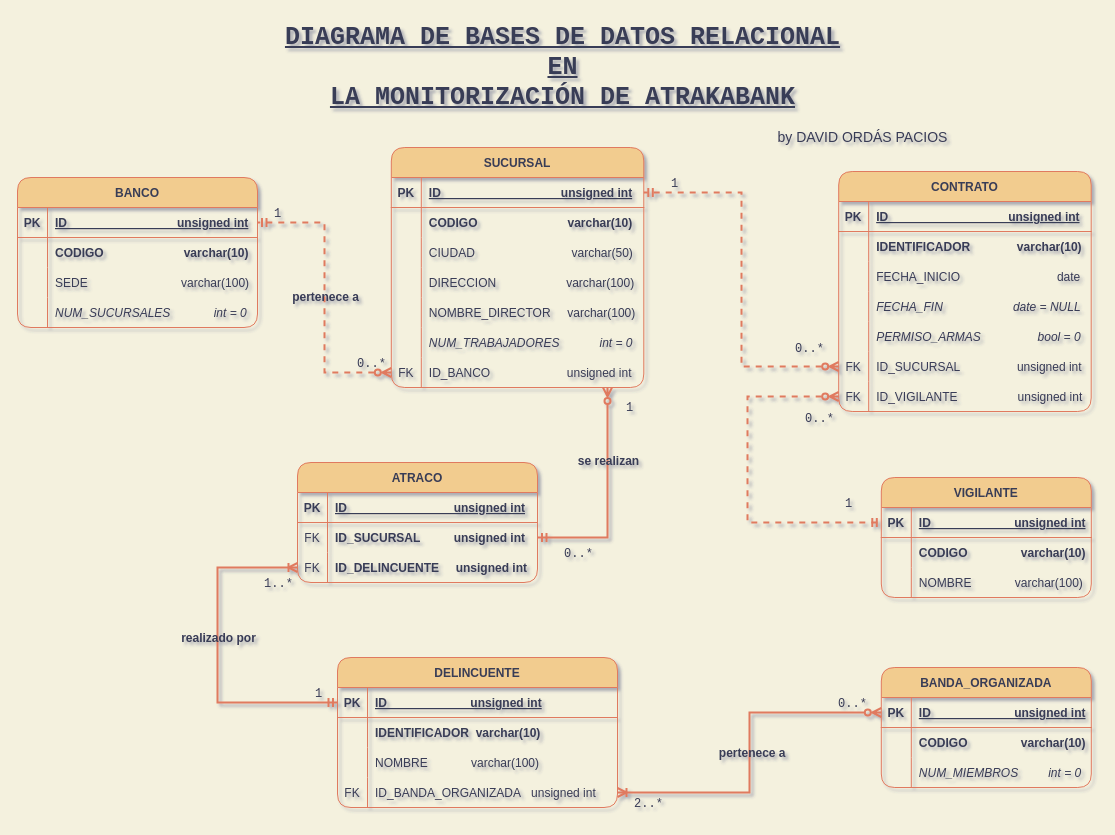
Earlier version of the draw.io diagram page "Diagrama BBDD" (2 of 3) of diagrams/atrakabank.drawio (davorpa/atrakabank-jpa-hibernate-console). Source tidied: cells renumbered, new cells numbered last; positions are measured from the earlier drawing's top-left corner, leaving out a move shared by most shapes. Both pictures are drawn from the tidied source at 100%, with x=0, y=0 at pixel (17, 17).
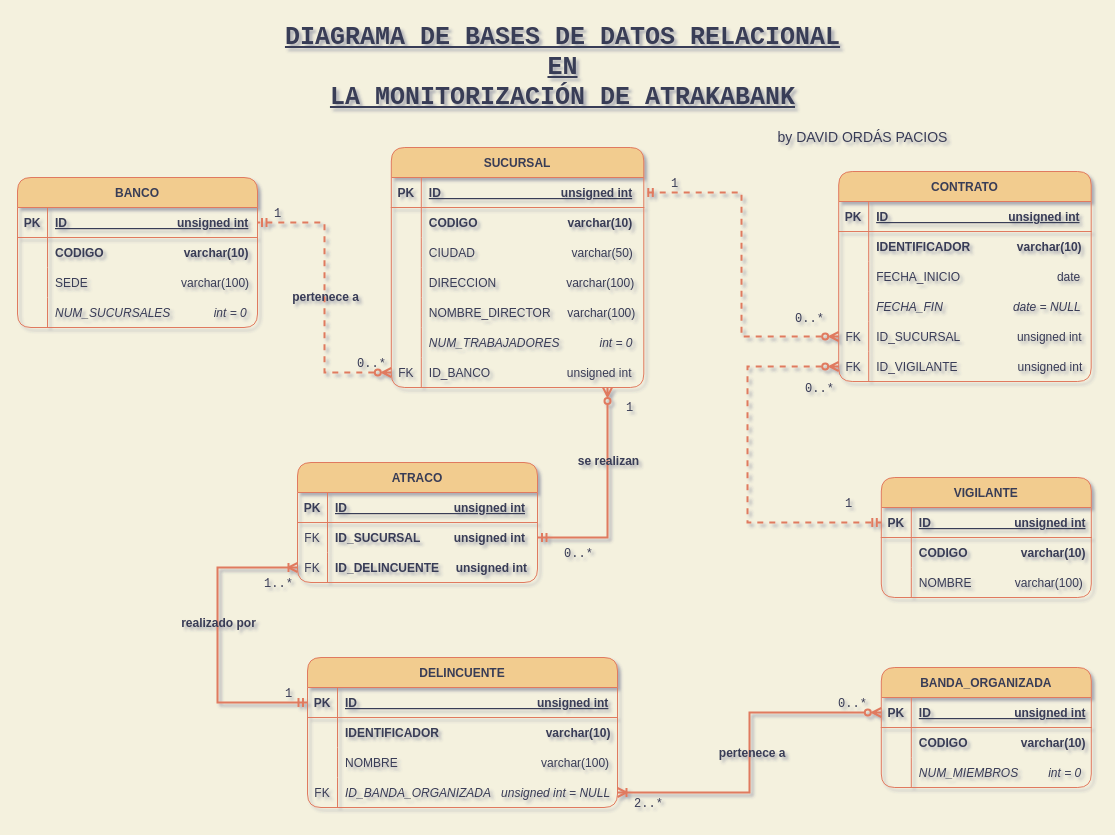
Above is the later version.

What changed in the source:
```diff
@@
     <mxCell id="54" value="CONTRATO" style="shape=table;startSize=30;childLayout=tableLayout;rowLines=0;fontStyle=1;align=center;labelBackgroundColor=none;fontSize=12;fillColor=#F2CC8F;strokeColor=#E07A5F;fontColor=#393C56;rounded=1;" parent="1" vertex="1">
-      <mxGeometry x="821.2" y="154" width="252.5" height="240" as="geometry" />
+      <mxGeometry x="821.2" y="154" width="252.5" height="210" as="geometry" />
     </mxCell>
@@
-    <mxCell id="67" style="shape=tableRow;horizontal=0;startSize=0;swimlaneHead=0;swimlaneBody=0;fillColor=none;top=0;left=0;right=0;bottom=0;labelBackgroundColor=none;fontSize=12;strokeColor=#E07A5F;fontColor=#393C56;rounded=1;" parent="54" vertex="1">
-      <mxGeometry y="150" width="252.5" height="30" as="geometry" />
-    </mxCell>
-    <mxCell id="68" style="shape=partialRectangle;fillColor=none;top=0;left=0;bottom=0;right=0;overflow=hidden;labelBackgroundColor=none;fontSize=12;strokeColor=#E07A5F;fontColor=#393C56;rounded=1;" parent="67" vertex="1">
-      <mxGeometry width="30" height="30" as="geometry" />
-    </mxCell>
-    <mxCell id="69" value="PERMISO_ARMAS                 bool = 0" style="shape=partialRectangle;fillColor=none;top=0;left=0;bottom=0;right=0;align=left;spacingLeft=6;overflow=hidden;labelBackgroundColor=none;fontSize=12;strokeColor=#E07A5F;fontColor=#393C56;rounded=1;fontStyle=2;" parent="67" vertex="1">
-      <mxGeometry x="30" width="222.5" height="30" as="geometry" />
-    </mxCell>
     <mxCell id="70" style="shape=tableRow;horizontal=0;startSize=0;swimlaneHead=0;swimlaneBody=0;fillColor=none;points=[[0,0.5],[1,0.5]];portConstraint=eastwest;top=0;left=0;right=0;bottom=0;rounded=0;sketch=0;fontColor=#393C56;strokeColor=#E07A5F;" parent="54" vertex="1">
-      <mxGeometry y="180" width="252.5" height="30" as="geometry" />
+      <mxGeometry y="150" width="252.5" height="30" as="geometry" />
     </mxCell>
@@
     <mxCell id="73" style="shape=tableRow;horizontal=0;startSize=0;swimlaneHead=0;swimlaneBody=0;fillColor=none;points=[[0,0.5],[1,0.5]];portConstraint=eastwest;top=0;left=0;right=0;bottom=0;rounded=0;sketch=0;fontColor=#393C56;strokeColor=#E07A5F;" parent="54" vertex="1">
-      <mxGeometry y="210" width="252.5" height="30" as="geometry" />
+      <mxGeometry y="180" width="252.5" height="30" as="geometry" />
     </mxCell>
@@
     <mxCell id="89" value="DELINCUENTE" style="shape=table;startSize=30;childLayout=tableLayout;rowLines=0;fontStyle=1;align=center;labelBackgroundColor=none;fontSize=12;fillColor=#F2CC8F;strokeColor=#E07A5F;fontColor=#393C56;rounded=1;" parent="1" vertex="1">
-      <mxGeometry x="320" y="640" width="280" height="150" as="geometry" />
+      <mxGeometry x="290" y="640" width="310" height="150" as="geometry" />
     </mxCell>
     <mxCell id="90" style="shape=tableRow;horizontal=0;startSize=0;swimlaneHead=0;swimlaneBody=0;fillColor=none;points=[[0,0.5],[1,0.5]];portConstraint=eastwest;top=0;left=0;right=0;bottom=1;labelBackgroundColor=none;fontSize=12;strokeColor=#E07A5F;fontColor=#393C56;rounded=1;" parent="89" vertex="1">
-      <mxGeometry y="30" width="280" height="30" as="geometry" />
+      <mxGeometry y="30" width="310" height="30" as="geometry" />
     </mxCell>
@@
-    <mxCell id="92" value="ID                         unsigned int" style="shape=partialRectangle;fillColor=none;top=0;left=0;bottom=0;right=0;align=left;spacingLeft=6;fontStyle=5;overflow=hidden;labelBackgroundColor=none;fontSize=12;strokeColor=#E07A5F;fontColor=#393C56;rounded=1;" parent="90" vertex="1">
-      <mxGeometry x="30" width="250" height="30" as="geometry" />
+    <mxCell id="92" value="ID                                                      unsigned int" style="shape=partialRectangle;fillColor=none;top=0;left=0;bottom=0;right=0;align=left;spacingLeft=6;fontStyle=5;overflow=hidden;labelBackgroundColor=none;fontSize=12;strokeColor=#E07A5F;fontColor=#393C56;rounded=1;" parent="90" vertex="1">
+      <mxGeometry x="30" width="280" height="30" as="geometry" />
     </mxCell>
     <mxCell id="93" style="shape=tableRow;horizontal=0;startSize=0;swimlaneHead=0;swimlaneBody=0;fillColor=none;top=0;left=0;right=0;bottom=0;labelBackgroundColor=none;fontSize=12;strokeColor=#E07A5F;fontColor=#393C56;fontStyle=1;rounded=1;" parent="89" vertex="1">
-      <mxGeometry y="60" width="280" height="30" as="geometry" />
+      <mxGeometry y="60" width="310" height="30" as="geometry" />
     </mxCell>
@@
-    <mxCell id="95" value="IDENTIFICADOR  varchar(10)" style="shape=partialRectangle;fillColor=none;top=0;left=0;bottom=0;right=0;align=left;spacingLeft=6;overflow=hidden;labelBackgroundColor=none;fontSize=12;strokeColor=#E07A5F;fontColor=#393C56;fontStyle=1;rounded=1;" parent="93" vertex="1">
-      <mxGeometry x="30" width="250" height="30" as="geometry" />
+    <mxCell id="95" value="IDENTIFICADOR                                varchar(10)" style="shape=partialRectangle;fillColor=none;top=0;left=0;bottom=0;right=0;align=left;spacingLeft=6;overflow=hidden;labelBackgroundColor=none;fontSize=12;strokeColor=#E07A5F;fontColor=#393C56;fontStyle=1;rounded=1;" parent="93" vertex="1">
+      <mxGeometry x="30" width="280" height="30" as="geometry" />
     </mxCell>
     <mxCell id="96" style="shape=tableRow;horizontal=0;startSize=0;swimlaneHead=0;swimlaneBody=0;fillColor=none;top=0;left=0;right=0;bottom=0;labelBackgroundColor=none;fontSize=12;strokeColor=#E07A5F;fontColor=#393C56;rounded=1;" parent="89" vertex="1">
-      <mxGeometry y="90" width="280" height="30" as="geometry" />
+      <mxGeometry y="90" width="310" height="30" as="geometry" />
     </mxCell>
@@
-    <mxCell id="98" value="NOMBRE             varchar(100)" style="shape=partialRectangle;fillColor=none;top=0;left=0;bottom=0;right=0;align=left;spacingLeft=6;overflow=hidden;labelBackgroundColor=none;fontSize=12;strokeColor=#E07A5F;fontColor=#393C56;rounded=1;" parent="96" vertex="1">
-      <mxGeometry x="30" width="250" height="30" as="geometry" />
+    <mxCell id="98" value="NOMBRE                                           varchar(100)" style="shape=partialRectangle;fillColor=none;top=0;left=0;bottom=0;right=0;align=left;spacingLeft=6;overflow=hidden;labelBackgroundColor=none;fontSize=12;strokeColor=#E07A5F;fontColor=#393C56;rounded=1;" parent="96" vertex="1">
+      <mxGeometry x="30" width="280" height="30" as="geometry" />
     </mxCell>
     <mxCell id="99" style="shape=tableRow;horizontal=0;startSize=0;swimlaneHead=0;swimlaneBody=0;fillColor=none;points=[[0,0.5],[1,0.5]];portConstraint=eastwest;top=0;left=0;right=0;bottom=0;rounded=0;sketch=0;fontColor=#393C56;strokeColor=#E07A5F;" parent="89" vertex="1">
-      <mxGeometry y="120" width="280" height="30" as="geometry" />
+      <mxGeometry y="120" width="310" height="30" as="geometry" />
     </mxCell>
@@
-    <mxCell id="101" value="ID_BANDA_ORGANIZADA   unsigned int" style="shape=partialRectangle;fillColor=none;top=0;left=0;bottom=0;right=0;align=left;spacingLeft=6;fontStyle=0;overflow=hidden;rounded=0;sketch=0;fontColor=#393C56;strokeColor=#E07A5F;" parent="99" vertex="1">
-      <mxGeometry x="30" width="250" height="30" as="geometry" />
+    <mxCell id="101" value="ID_BANDA_ORGANIZADA   unsigned int = NULL" style="shape=partialRectangle;fillColor=none;top=0;left=0;bottom=0;right=0;align=left;spacingLeft=6;fontStyle=2;overflow=hidden;rounded=0;sketch=0;fontColor=#393C56;strokeColor=#E07A5F;" parent="99" vertex="1">
+      <mxGeometry x="30" width="280" height="30" as="geometry" />
     </mxCell>
```
